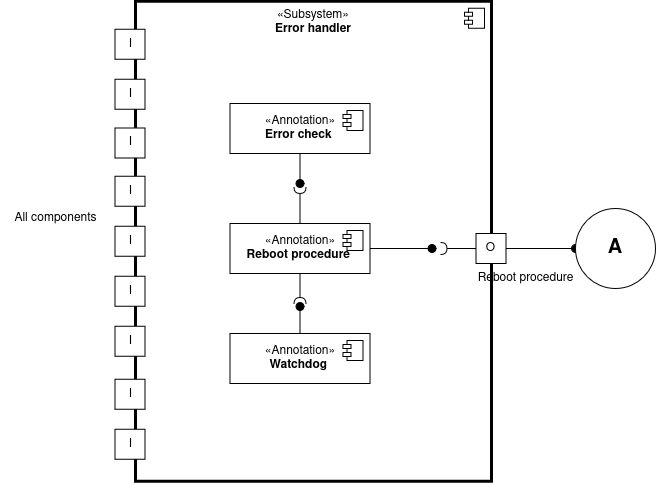
Above: docs/source/_static/error_handler.png in AlessandroMangili/Assignment_Cogar_group_I (draw.io), before the change. Source tidied: cells renumbered, new cells last; positions are measured from the earlier drawing's top-left corner, leaving out a move shared by most shapes. Source of this version:
```xml
<mxGraphModel>
  <root>
    <mxCell id="0" />
    <mxCell id="1" parent="0" />
    <mxCell id="2" value="«Subsystem»&lt;br&gt;&lt;div&gt;&lt;b&gt;Error handler&lt;/b&gt;&lt;/div&gt;" style="html=1;whiteSpace=wrap;fillColor=none;align=center;verticalAlign=top;strokeWidth=3;" parent="1" vertex="1">
      <mxGeometry x="136" y="-0.4" width="356" height="480" as="geometry" />
    </mxCell>
    <mxCell id="3" style="shape=module;jettyWidth=8;jettyHeight=4;" parent="2" vertex="1">
      <mxGeometry x="1" width="20" height="20" relative="1" as="geometry">
        <mxPoint x="-27" y="7" as="offset" />
      </mxGeometry>
    </mxCell>
    <mxCell id="4" value="«Annotation»&lt;br&gt;&lt;b&gt;Error check&amp;nbsp;&lt;/b&gt;" style="html=1;whiteSpace=wrap;" parent="1" vertex="1">
      <mxGeometry x="230.5" y="102" width="140" height="50" as="geometry" />
    </mxCell>
    <mxCell id="5" style="shape=module;jettyWidth=8;jettyHeight=4;" parent="4" vertex="1">
      <mxGeometry x="1" width="20" height="20" relative="1" as="geometry">
        <mxPoint x="-27" y="7" as="offset" />
      </mxGeometry>
    </mxCell>
    <mxCell id="6" value="«Annotation»&lt;br&gt;&lt;b&gt;Reboot procedure&amp;nbsp;&lt;/b&gt;" style="html=1;whiteSpace=wrap;" parent="1" vertex="1">
      <mxGeometry x="230.5" y="222" width="140" height="50" as="geometry" />
    </mxCell>
    <mxCell id="7" style="shape=module;jettyWidth=8;jettyHeight=4;" parent="6" vertex="1">
      <mxGeometry x="1" width="20" height="20" relative="1" as="geometry">
        <mxPoint x="-27" y="7" as="offset" />
      </mxGeometry>
    </mxCell>
    <mxCell id="8" value="«Annotation»&lt;br&gt;&lt;b&gt;Watchdog&amp;nbsp;&lt;/b&gt;" style="html=1;whiteSpace=wrap;" parent="1" vertex="1">
      <mxGeometry x="230.5" y="332" width="140" height="50" as="geometry" />
    </mxCell>
    <mxCell id="9" style="shape=module;jettyWidth=8;jettyHeight=4;" parent="8" vertex="1">
      <mxGeometry x="1" width="20" height="20" relative="1" as="geometry">
        <mxPoint x="-27" y="7" as="offset" />
      </mxGeometry>
    </mxCell>
    <mxCell id="10" style="html=1;verticalAlign=bottom;labelBackgroundColor=none;endArrow=oval;endFill=1;endSize=8;exitX=0.5;exitY=0;exitDx=0;exitDy=0;" parent="1" edge="1" source="8">
      <mxGeometry relative="1" as="geometry">
        <mxPoint x="300.5" y="305" as="targetPoint" />
      </mxGeometry>
    </mxCell>
    <mxCell id="11" style="html=1;verticalAlign=bottom;labelBackgroundColor=none;endArrow=halfCircle;endFill=0;endSize=4;exitX=0.5;exitY=1;exitDx=0;exitDy=0;" parent="1" edge="1" source="6">
      <mxGeometry relative="1" as="geometry">
        <mxPoint x="300.5" y="302" as="targetPoint" />
      </mxGeometry>
    </mxCell>
    <mxCell id="12" style="html=1;verticalAlign=bottom;labelBackgroundColor=none;endArrow=halfCircle;endFill=0;endSize=4;exitX=0.5;exitY=0;exitDx=0;exitDy=0;" parent="1" edge="1" source="6">
      <mxGeometry relative="1" as="geometry">
        <mxPoint x="300.5" y="186" as="targetPoint" />
      </mxGeometry>
    </mxCell>
    <mxCell id="13" style="html=1;verticalAlign=bottom;labelBackgroundColor=none;endArrow=oval;endFill=1;endSize=8;exitX=0.5;exitY=1;exitDx=0;exitDy=0;" parent="1" edge="1" source="4">
      <mxGeometry relative="1" as="geometry">
        <mxPoint x="300.5" y="182" as="targetPoint" />
      </mxGeometry>
    </mxCell>
    <mxCell id="14" style="html=1;verticalAlign=bottom;labelBackgroundColor=none;endArrow=oval;endFill=1;endSize=8;exitX=1;exitY=0.5;exitDx=0;exitDy=0;" parent="1" edge="1" source="6">
      <mxGeometry relative="1" as="geometry">
        <mxPoint x="432.5" y="247" as="targetPoint" />
      </mxGeometry>
    </mxCell>
    <mxCell id="15" value="O" style="html=1;rounded=0;direction=west;flipV=1;flipH=0;" parent="1" vertex="1">
      <mxGeometry x="476.5" y="232" width="30" height="30" as="geometry" />
    </mxCell>
    <mxCell id="16" style="html=1;verticalAlign=bottom;labelBackgroundColor=none;endArrow=halfCircle;endFill=0;endSize=4;exitX=1;exitY=0.5;exitDx=0;exitDy=0;" parent="1" edge="1" source="15">
      <mxGeometry relative="1" as="geometry">
        <mxPoint x="441.5" y="247" as="targetPoint" />
      </mxGeometry>
    </mxCell>
    <mxCell id="17" style="html=1;verticalAlign=bottom;labelBackgroundColor=none;endArrow=oval;endFill=1;endSize=8;exitX=0;exitY=0.5;exitDx=0;exitDy=0;entryX=0;entryY=0.5;entryDx=0;entryDy=0;" parent="1" edge="1" source="15" target="28">
      <mxGeometry relative="1" as="geometry" />
    </mxCell>
    <mxCell id="18" value="I" style="html=1;rounded=0;direction=west;flipV=1;flipH=0;" parent="1" vertex="1">
      <mxGeometry x="115.5" y="27.6" width="30" height="30" as="geometry" />
    </mxCell>
    <mxCell id="19" value="I" style="html=1;rounded=0;direction=west;flipV=1;flipH=0;" parent="1" vertex="1">
      <mxGeometry x="115.5" y="77.6" width="30" height="30" as="geometry" />
    </mxCell>
    <mxCell id="20" value="I" style="html=1;rounded=0;direction=west;flipV=1;flipH=0;" parent="1" vertex="1">
      <mxGeometry x="115.5" y="126.4" width="30" height="30" as="geometry" />
    </mxCell>
    <mxCell id="21" value="I" style="html=1;rounded=0;direction=west;flipV=1;flipH=0;" parent="1" vertex="1">
      <mxGeometry x="115.5" y="174.6" width="30" height="30" as="geometry" />
    </mxCell>
    <mxCell id="22" value="I" style="html=1;rounded=0;direction=west;flipV=1;flipH=0;" parent="1" vertex="1">
      <mxGeometry x="115.5" y="224.6" width="30" height="30" as="geometry" />
    </mxCell>
    <mxCell id="23" value="I" style="html=1;rounded=0;direction=west;flipV=1;flipH=0;" parent="1" vertex="1">
      <mxGeometry x="115.5" y="274.6" width="30" height="30" as="geometry" />
    </mxCell>
    <mxCell id="24" value="I" style="html=1;rounded=0;direction=west;flipV=1;flipH=0;" parent="1" vertex="1">
      <mxGeometry x="115.5" y="324.6" width="30" height="30" as="geometry" />
    </mxCell>
    <mxCell id="25" value="I" style="html=1;rounded=0;direction=west;flipV=1;flipH=0;" parent="1" vertex="1">
      <mxGeometry x="115.5" y="377.6" width="30" height="30" as="geometry" />
    </mxCell>
    <mxCell id="26" value="Reboot procedure" style="text;html=1;align=center;verticalAlign=middle;strokeColor=none;fillColor=none;" parent="1" vertex="1">
      <mxGeometry x="466" y="262" width="120" height="30" as="geometry" />
    </mxCell>
    <mxCell id="27" value="I" style="html=1;rounded=0;direction=west;flipV=1;flipH=0;" parent="1" vertex="1">
      <mxGeometry x="115.5" y="427.6" width="30" height="30" as="geometry" />
    </mxCell>
    <mxCell id="28" value="&lt;b&gt;A&lt;/b&gt;" style="ellipse;whiteSpace=wrap;html=1;fontSize=20;" parent="1" vertex="1">
      <mxGeometry x="576" y="207" width="80" height="80" as="geometry" />
    </mxCell>
    <mxCell id="29" value="All components" style="text;html=1;align=center;verticalAlign=middle;strokeColor=none;fillColor=none;" parent="1" vertex="1">
      <mxGeometry x="0.5" y="202" width="110" height="30" as="geometry" />
    </mxCell>
  </root>
</mxGraphModel>
```
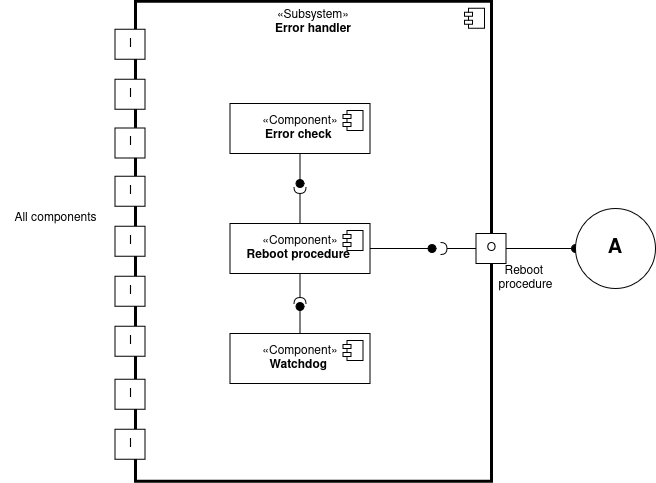
Above is the later version.

Diff of the diagram source:
```diff
@@ -10,7 +10,7 @@
         <mxPoint x="-27" y="7" as="offset" />
       </mxGeometry>
     </mxCell>
-    <mxCell id="4" value="«Annotation»&lt;br&gt;&lt;b&gt;Error check&amp;nbsp;&lt;/b&gt;" style="html=1;whiteSpace=wrap;" parent="1" vertex="1">
+    <mxCell id="4" value="«Component»&lt;br&gt;&lt;b&gt;Error check&amp;nbsp;&lt;/b&gt;" style="html=1;whiteSpace=wrap;" parent="1" vertex="1">
       <mxGeometry x="230.5" y="102" width="140" height="50" as="geometry" />
     </mxCell>
     <mxCell id="5" style="shape=module;jettyWidth=8;jettyHeight=4;" parent="4" vertex="1">
@@ -18,7 +18,7 @@
         <mxPoint x="-27" y="7" as="offset" />
       </mxGeometry>
     </mxCell>
-    <mxCell id="6" value="«Annotation»&lt;br&gt;&lt;b&gt;Reboot procedure&amp;nbsp;&lt;/b&gt;" style="html=1;whiteSpace=wrap;" parent="1" vertex="1">
+    <mxCell id="6" value="«Component»&lt;br&gt;&lt;b&gt;Reboot procedure&amp;nbsp;&lt;/b&gt;" style="html=1;whiteSpace=wrap;" parent="1" vertex="1">
       <mxGeometry x="230.5" y="222" width="140" height="50" as="geometry" />
     </mxCell>
     <mxCell id="7" style="shape=module;jettyWidth=8;jettyHeight=4;" parent="6" vertex="1">
@@ -26,7 +26,7 @@
         <mxPoint x="-27" y="7" as="offset" />
       </mxGeometry>
     </mxCell>
-    <mxCell id="8" value="«Annotation»&lt;br&gt;&lt;b&gt;Watchdog&amp;nbsp;&lt;/b&gt;" style="html=1;whiteSpace=wrap;" parent="1" vertex="1">
+    <mxCell id="8" value="«Component»&lt;br&gt;&lt;b&gt;Watchdog&amp;nbsp;&lt;/b&gt;" style="html=1;whiteSpace=wrap;" parent="1" vertex="1">
       <mxGeometry x="230.5" y="332" width="140" height="50" as="geometry" />
     </mxCell>
     <mxCell id="9" style="shape=module;jettyWidth=8;jettyHeight=4;" parent="8" vertex="1">
@@ -94,8 +94,8 @@
     <mxCell id="25" value="I" style="html=1;rounded=0;direction=west;flipV=1;flipH=0;" parent="1" vertex="1">
       <mxGeometry x="115.5" y="377.6" width="30" height="30" as="geometry" />
     </mxCell>
-    <mxCell id="26" value="Reboot procedure" style="text;html=1;align=center;verticalAlign=middle;strokeColor=none;fillColor=none;" parent="1" vertex="1">
-      <mxGeometry x="466" y="262" width="120" height="30" as="geometry" />
+    <mxCell id="26" value="&lt;div&gt;Reboot&amp;nbsp;&lt;/div&gt;&lt;div&gt;procedure&lt;/div&gt;" style="text;html=1;align=center;verticalAlign=middle;strokeColor=none;fillColor=none;" parent="1" vertex="1">
+      <mxGeometry x="486" y="257" width="80" height="40" as="geometry" />
     </mxCell>
     <mxCell id="27" value="I" style="html=1;rounded=0;direction=west;flipV=1;flipH=0;" parent="1" vertex="1">
       <mxGeometry x="115.5" y="427.6" width="30" height="30" as="geometry" />
```
